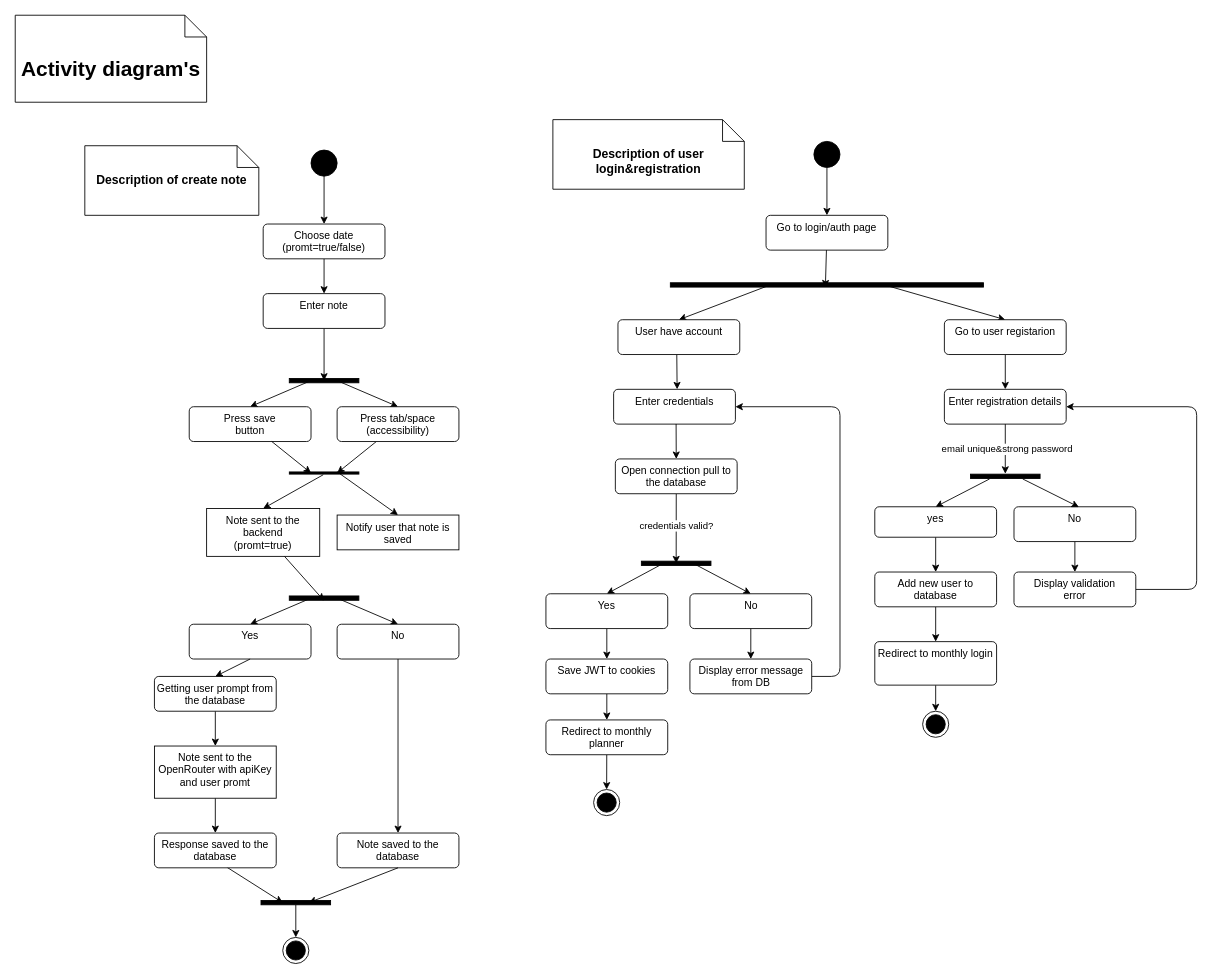
Above: documentation/activity.drawio in Kirill9m/dagbok-next-boot (draw.io), before the change. Source tidied: cells renumbered, new cells numbered last; positions are measured from the earlier drawing's top-left corner, leaving out a move shared by most shapes. Both pictures are drawn from the tidied source at 87%, with x=0, y=0 at pixel (15, 15).
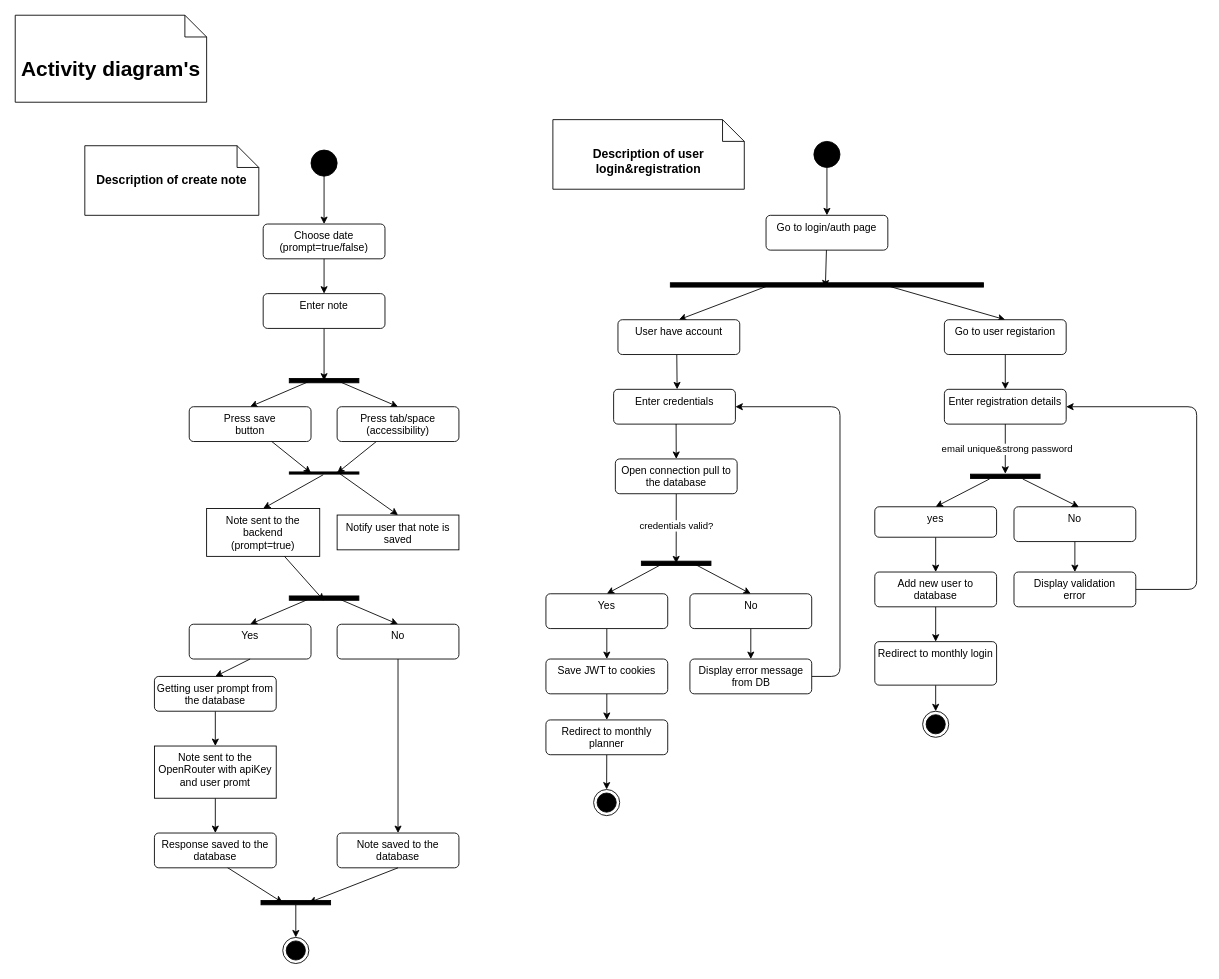
The same page after the edit.

Diff of the diagram source:
```diff
@@
-    <mxCell id="53" value="Choose date&lt;br&gt;(promt=true/false)" style="html=1;align=center;verticalAlign=top;rounded=1;absoluteArcSize=1;arcSize=10;dashed=0;whiteSpace=wrap;" parent="1" vertex="1">
+    <mxCell id="53" value="Choose date&lt;br&gt;(prompt=true/false)" style="html=1;align=center;verticalAlign=top;rounded=1;absoluteArcSize=1;arcSize=10;dashed=0;whiteSpace=wrap;" parent="1" vertex="1">
       <mxGeometry x="285" y="240" width="140" height="40" as="geometry" />
     </mxCell>
@@
-    <mxCell id="56" value="Note sent to the&lt;br&gt;backend&lt;br&gt;(promt=true)" style="html=1;align=center;verticalAlign=top;rounded=1;absoluteArcSize=1;arcSize=0;dashed=0;whiteSpace=wrap;" parent="1" vertex="1">
+    <mxCell id="56" value="Note sent to the&lt;br&gt;backend&lt;br&gt;(prompt=true)" style="html=1;align=center;verticalAlign=top;rounded=1;absoluteArcSize=1;arcSize=0;dashed=0;whiteSpace=wrap;" parent="1" vertex="1">
       <mxGeometry x="220" y="567" width="130" height="55" as="geometry" />
     </mxCell>
```
